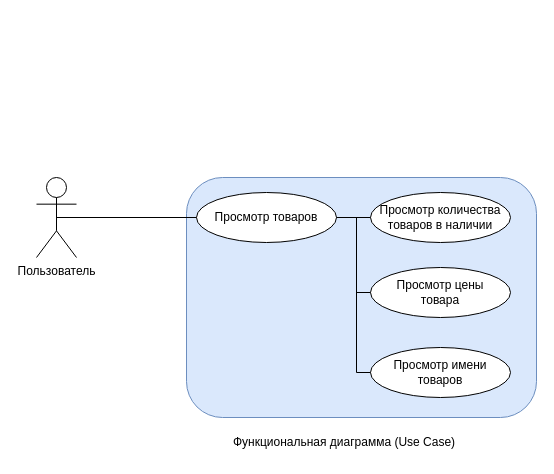
marsek4/ssp keeps this draw.io diagram as ФД V2.0.drawio. Above is the earlier version. Source tidied: cells renumbered, new cells numbered last; positions are measured from the earlier drawing's top-left corner, leaving out a move shared by most shapes. Both pictures are drawn from the tidied source at 100%, with x=0, y=0 at pixel (36, 177).
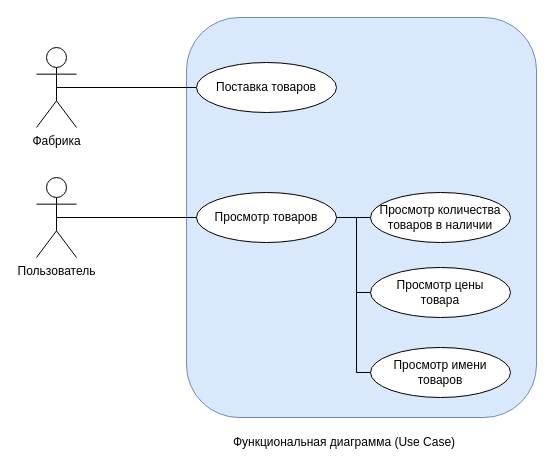
After the change.

Unchanged cells that the change refers to:
```xml
<mxCell id="3" value="Пользователь" style="shape=umlActor;verticalLabelPosition=bottom;verticalAlign=top;html=1;outlineConnect=0;" parent="1" vertex="1">
  <mxGeometry width="40" height="80" as="geometry" />
</mxCell>
<mxCell id="4" value="Просмотр товаров" style="ellipse;whiteSpace=wrap;html=1;" parent="1" vertex="1">
  <mxGeometry x="160" y="15" width="140" height="50" as="geometry" />
</mxCell>
```

What changed in the source:
```diff
@@
     <mxCell id="2" style="rounded=1;whiteSpace=wrap;html=1;fillColor=#dae8fc;strokeColor=#6c8ebf;" parent="1" vertex="1">
-      <mxGeometry x="150" width="350" height="240" as="geometry" />
+      <mxGeometry x="150" y="-160" width="350" height="400" as="geometry" />
     </mxCell>
@@
-    <mxCell id="8" style="endArrow=none;html=1;rounded=0;exitX=0.5;exitY=0.5;exitDx=0;exitDy=0;exitPerimeter=0;entryX=0;entryY=0.5;entryDx=0;entryDy=0;" parent="1" edge="1" source="3" target="4">
-      <mxGeometry relative="1" as="geometry" />
+    <mxCell id="8" style="endArrow=none;html=1;rounded=0;exitX=0.5;exitY=0.5;exitDx=0;exitDy=0;exitPerimeter=0;entryX=0;entryY=0.5;entryDx=0;entryDy=0;" parent="1" edge="1">
+      <mxGeometry relative="1" as="geometry">
+        <mxPoint x="20" y="-90" as="sourcePoint" />
+        <mxPoint x="160" y="-90" as="targetPoint" />
+      </mxGeometry>
     </mxCell>
@@
+    <mxCell id="13" value="Фабрика" style="shape=umlActor;verticalLabelPosition=bottom;verticalAlign=top;html=1;" parent="1" vertex="1">
+      <mxGeometry y="-130" width="40" height="80" as="geometry" />
+    </mxCell>
+    <mxCell id="14" value="Поставка товаров" style="ellipse;whiteSpace=wrap;html=1;" parent="1" vertex="1">
+      <mxGeometry x="160" y="-115" width="140" height="50" as="geometry" />
+    </mxCell>
+    <mxCell id="15" style="endArrow=none;html=1;rounded=0;exitX=0.5;exitY=0.5;exitDx=0;exitDy=0;exitPerimeter=0;entryX=0;entryY=0.5;entryDx=0;entryDy=0;" parent="1" edge="1" source="3" target="4">
+      <mxGeometry relative="1" as="geometry" />
+    </mxCell>
```
